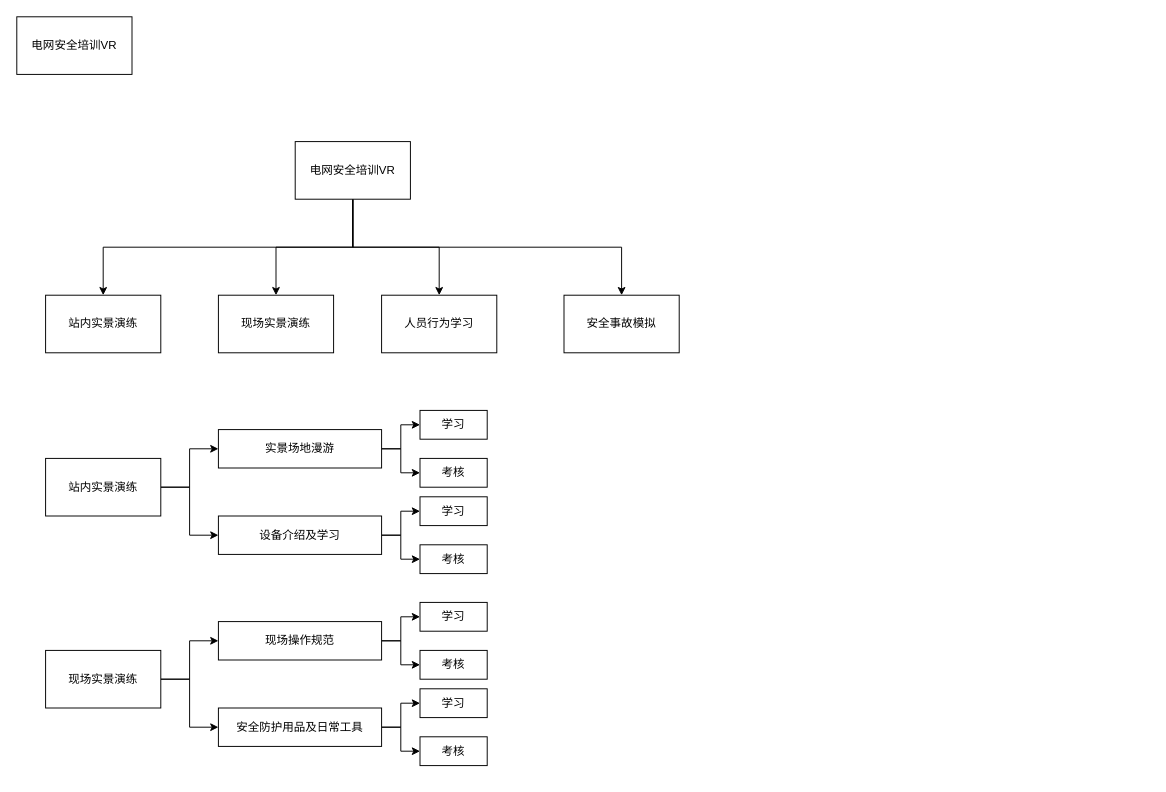
15140252710/OneGithubProject keeps this draw.io diagram as Untitled Diagram.drawio. Above is the earlier version. Source tidied: cells renumbered, new cells numbered last; positions are measured from the earlier drawing's top-left corner, leaving out a move shared by most shapes. Both pictures are drawn from the tidied source at 96%, with x=0, y=0 at pixel (16, 16).
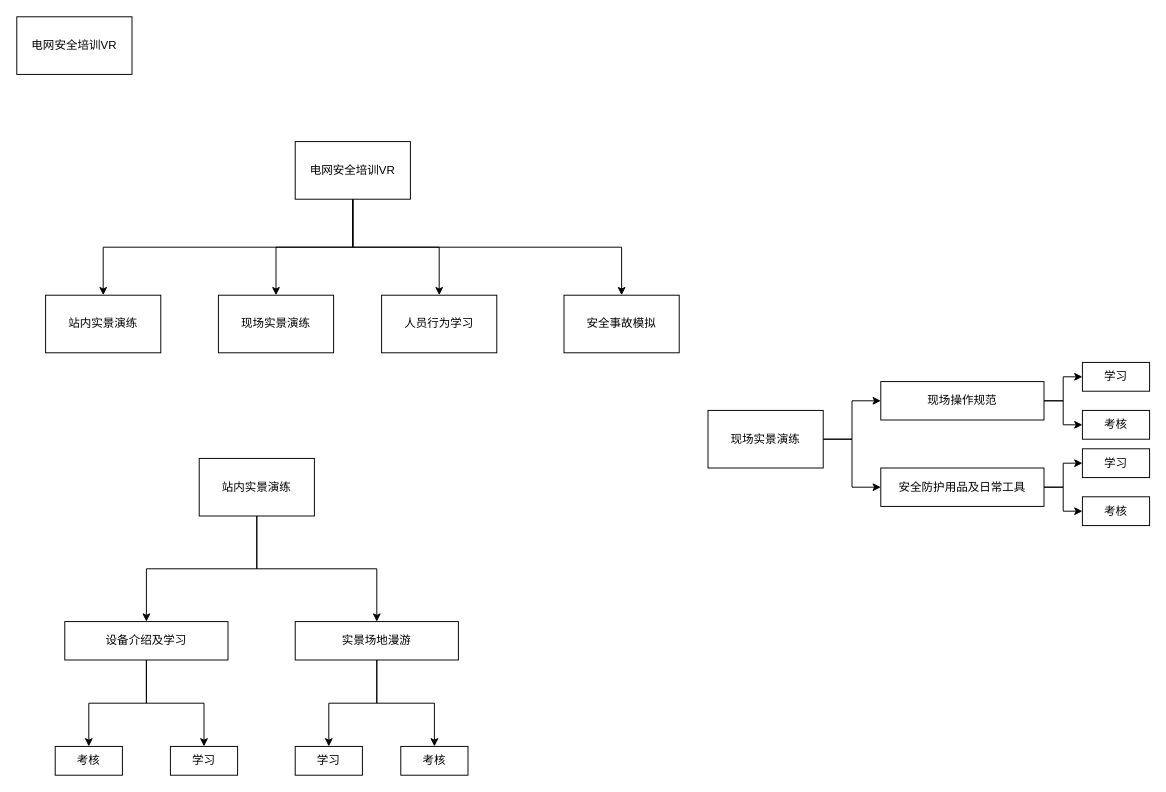
Above is the later version.

Change to the diagram source:
```diff
@@
-    <mxCell id="12" style="edgeStyle=orthogonalEdgeStyle;rounded=0;jettySize=auto;html=1;exitX=1;exitY=0.5;exitDx=0;exitDy=0;entryX=0;entryY=0.5;entryDx=0;entryDy=0;" parent="1" edge="1" source="14" target="18">
+    <mxCell id="12" style="edgeStyle=orthogonalEdgeStyle;rounded=0;jettySize=auto;html=1;exitX=0.5;exitY=1;exitDx=0;exitDy=0;entryX=0.5;entryY=0;entryDx=0;entryDy=0;" parent="1" edge="1" source="14" target="18">
       <mxGeometry relative="1" as="geometry" />
     </mxCell>
-    <mxCell id="13" style="edgeStyle=orthogonalEdgeStyle;rounded=0;jettySize=auto;html=1;exitX=1;exitY=0.5;exitDx=0;exitDy=0;entryX=0;entryY=0.5;entryDx=0;entryDy=0;" parent="1" edge="1" source="14" target="19">
+    <mxCell id="13" style="edgeStyle=orthogonalEdgeStyle;rounded=0;jettySize=auto;html=1;exitX=0.5;exitY=1;exitDx=0;exitDy=0;entryX=0.5;entryY=0;entryDx=0;entryDy=0;" parent="1" edge="1" source="14" target="19">
       <mxGeometry relative="1" as="geometry" />
     </mxCell>
     <mxCell id="14" value="&lt;font style=&quot;font-size: 12px&quot;&gt;实景场地漫游&lt;/font&gt;" style="rounded=0;whiteSpace=wrap;html=1;" parent="1" vertex="1">
-      <mxGeometry x="210" y="430" width="170" height="40" as="geometry" />
+      <mxGeometry x="290" y="630" width="170" height="40" as="geometry" />
     </mxCell>
+    <mxCell id="16" style="edgeStyle=orthogonalEdgeStyle;rounded=0;jettySize=auto;html=1;exitX=0.5;exitY=1;exitDx=0;exitDy=0;entryX=0.5;entryY=0;entryDx=0;entryDy=0;" parent="1" edge="1" source="17" target="22">
+      <mxGeometry relative="1" as="geometry" />
+    </mxCell>
-    <mxCell id="15" style="edgeStyle=orthogonalEdgeStyle;rounded=0;jettySize=auto;html=1;exitX=1;exitY=0.5;exitDx=0;exitDy=0;entryX=0;entryY=0.5;entryDx=0;entryDy=0;" parent="1" edge="1" source="17" target="14">
+    <mxCell id="15" style="edgeStyle=orthogonalEdgeStyle;rounded=0;jettySize=auto;html=1;exitX=0.5;exitY=1;exitDx=0;exitDy=0;entryX=0.5;entryY=0;entryDx=0;entryDy=0;" parent="1" edge="1" source="17" target="14">
       <mxGeometry relative="1" as="geometry" />
     </mxCell>
-    <mxCell id="16" style="edgeStyle=orthogonalEdgeStyle;rounded=0;jettySize=auto;html=1;exitX=1;exitY=0.5;exitDx=0;exitDy=0;entryX=0;entryY=0.5;entryDx=0;entryDy=0;" parent="1" edge="1" source="17" target="22">
-      <mxGeometry relative="1" as="geometry" />
-    </mxCell>
     <mxCell id="17" value="站内实景演练" style="rounded=0;whiteSpace=wrap;html=1;" parent="1" vertex="1">
-      <mxGeometry x="30" y="460" width="120" height="60" as="geometry" />
+      <mxGeometry x="190" y="460" width="120" height="60" as="geometry" />
     </mxCell>
     <mxCell id="18" value="&lt;font style=&quot;font-size: 12px&quot;&gt;学习&lt;/font&gt;" style="rounded=0;whiteSpace=wrap;html=1;" parent="1" vertex="1">
-      <mxGeometry x="420" y="410" width="70" height="30" as="geometry" />
+      <mxGeometry x="290" y="760" width="70" height="30" as="geometry" />
     </mxCell>
     <mxCell id="19" value="&lt;font style=&quot;font-size: 12px&quot;&gt;考核&lt;/font&gt;" style="rounded=0;whiteSpace=wrap;html=1;" parent="1" vertex="1">
-      <mxGeometry x="420" y="460" width="70" height="30" as="geometry" />
+      <mxGeometry x="400" y="760" width="70" height="30" as="geometry" />
     </mxCell>
+    <mxCell id="21" style="edgeStyle=orthogonalEdgeStyle;rounded=0;jettySize=auto;html=1;exitX=0.5;exitY=1;exitDx=0;exitDy=0;entryX=0.5;entryY=0;entryDx=0;entryDy=0;" parent="1" edge="1" source="22" target="24">
+      <mxGeometry relative="1" as="geometry" />
+    </mxCell>
-    <mxCell id="20" style="edgeStyle=orthogonalEdgeStyle;rounded=0;jettySize=auto;html=1;exitX=1;exitY=0.5;exitDx=0;exitDy=0;entryX=0;entryY=0.5;entryDx=0;entryDy=0;" parent="1" edge="1" source="22" target="23">
+    <mxCell id="20" style="edgeStyle=orthogonalEdgeStyle;rounded=0;jettySize=auto;html=1;exitX=0.5;exitY=1;exitDx=0;exitDy=0;entryX=0.5;entryY=0;entryDx=0;entryDy=0;" parent="1" edge="1" source="22" target="23">
       <mxGeometry relative="1" as="geometry" />
     </mxCell>
-    <mxCell id="21" style="edgeStyle=orthogonalEdgeStyle;rounded=0;jettySize=auto;html=1;exitX=1;exitY=0.5;exitDx=0;exitDy=0;entryX=0;entryY=0.5;entryDx=0;entryDy=0;" parent="1" edge="1" source="22" target="24">
-      <mxGeometry relative="1" as="geometry" />
-    </mxCell>
     <mxCell id="22" value="&lt;font style=&quot;font-size: 12px&quot;&gt;设备介绍及学习&lt;/font&gt;" style="rounded=0;whiteSpace=wrap;html=1;" parent="1" vertex="1">
-      <mxGeometry x="210" y="520" width="170" height="40" as="geometry" />
+      <mxGeometry x="50" y="630" width="170" height="40" as="geometry" />
     </mxCell>
     <mxCell id="23" value="&lt;font style=&quot;font-size: 12px&quot;&gt;学习&lt;/font&gt;" style="rounded=0;whiteSpace=wrap;html=1;" parent="1" vertex="1">
-      <mxGeometry x="420" y="500" width="70" height="30" as="geometry" />
+      <mxGeometry x="160" y="760" width="70" height="30" as="geometry" />
     </mxCell>
     <mxCell id="24" value="&lt;font style=&quot;font-size: 12px&quot;&gt;考核&lt;/font&gt;" style="rounded=0;whiteSpace=wrap;html=1;" parent="1" vertex="1">
-      <mxGeometry x="420" y="550" width="70" height="30" as="geometry" />
+      <mxGeometry x="40" y="760" width="70" height="30" as="geometry" />
     </mxCell>
@@
     <mxCell id="27" value="&lt;font style=&quot;font-size: 12px&quot;&gt;现场操作规范&lt;/font&gt;" style="rounded=0;whiteSpace=wrap;html=1;" parent="1" vertex="1">
-      <mxGeometry x="210" y="630" width="170" height="40" as="geometry" />
+      <mxGeometry x="900" y="380" width="170" height="40" as="geometry" />
     </mxCell>
@@
     <mxCell id="30" value="现场实景演练" style="rounded=0;whiteSpace=wrap;html=1;" parent="1" vertex="1">
-      <mxGeometry x="30" y="660" width="120" height="60" as="geometry" />
+      <mxGeometry x="720" y="410" width="120" height="60" as="geometry" />
     </mxCell>
     <mxCell id="31" value="&lt;font style=&quot;font-size: 12px&quot;&gt;学习&lt;/font&gt;" style="rounded=0;whiteSpace=wrap;html=1;" parent="1" vertex="1">
-      <mxGeometry x="420" y="610" width="70" height="30" as="geometry" />
+      <mxGeometry x="1110" y="360" width="70" height="30" as="geometry" />
     </mxCell>
     <mxCell id="32" value="&lt;font style=&quot;font-size: 12px&quot;&gt;考核&lt;/font&gt;" style="rounded=0;whiteSpace=wrap;html=1;" parent="1" vertex="1">
-      <mxGeometry x="420" y="660" width="70" height="30" as="geometry" />
+      <mxGeometry x="1110" y="410" width="70" height="30" as="geometry" />
     </mxCell>
@@
     <mxCell id="35" value="&lt;font face=&quot;宋体&quot;&gt;安全防护用品及日常工具&lt;/font&gt;" style="rounded=0;whiteSpace=wrap;html=1;" parent="1" vertex="1">
-      <mxGeometry x="210" y="720" width="170" height="40" as="geometry" />
+      <mxGeometry x="900" y="470" width="170" height="40" as="geometry" />
     </mxCell>
     <mxCell id="36" value="&lt;font style=&quot;font-size: 12px&quot;&gt;学习&lt;/font&gt;" style="rounded=0;whiteSpace=wrap;html=1;" parent="1" vertex="1">
-      <mxGeometry x="420" y="700" width="70" height="30" as="geometry" />
+      <mxGeometry x="1110" y="450" width="70" height="30" as="geometry" />
     </mxCell>
     <mxCell id="37" value="&lt;font style=&quot;font-size: 12px&quot;&gt;考核&lt;/font&gt;" style="rounded=0;whiteSpace=wrap;html=1;" parent="1" vertex="1">
-      <mxGeometry x="420" y="750" width="70" height="30" as="geometry" />
+      <mxGeometry x="1110" y="500" width="70" height="30" as="geometry" />
     </mxCell>
```
